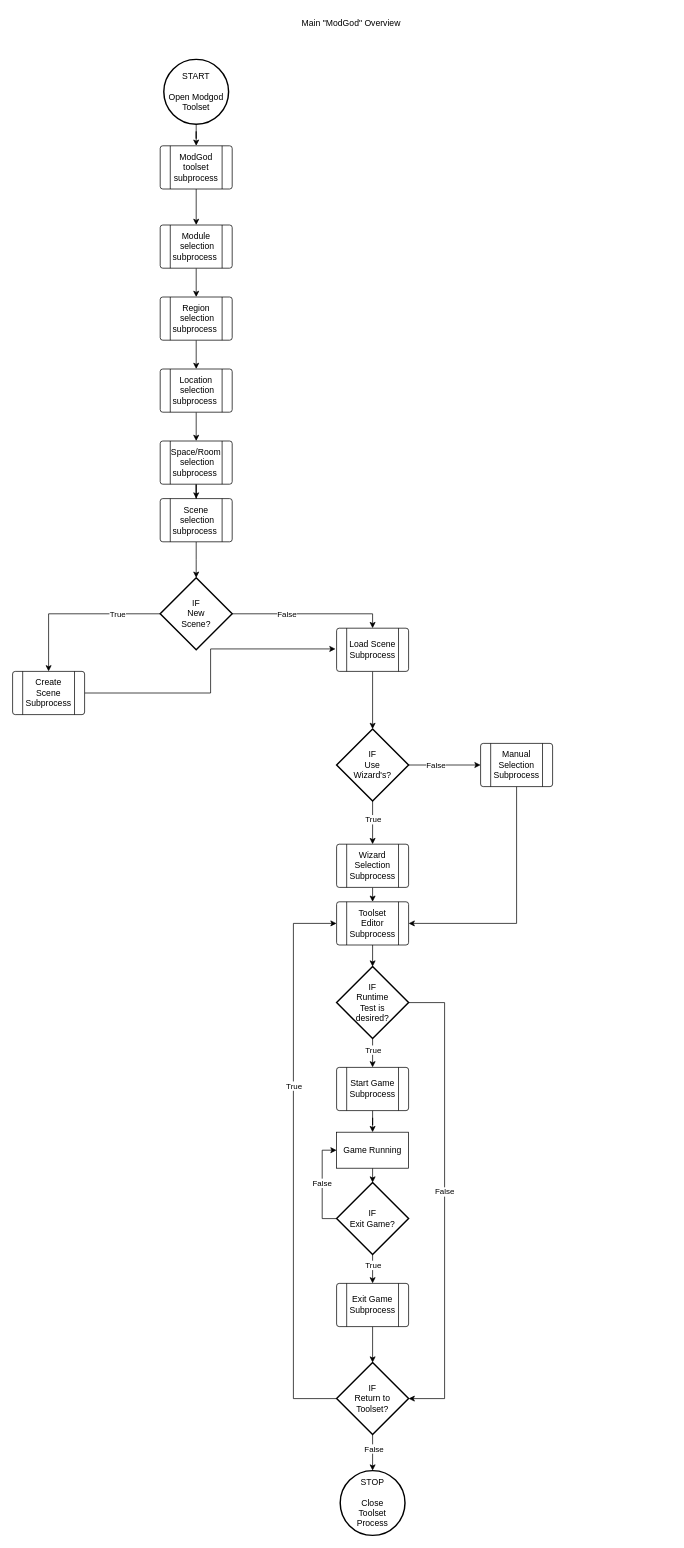
Above: Phase2/Flowcharts/modgodToolset/ModGod/ModGodRegionSelectionSubprocess.drawio in RPG-Research/bcirpg (draw.io), before the change. Source tidied: cells renumbered, new cells numbered last; positions are measured from the earlier drawing's top-left corner, leaving out a move shared by most shapes. Both pictures are drawn from the tidied source at 72%, with x=0, y=0 at pixel (12, 12).
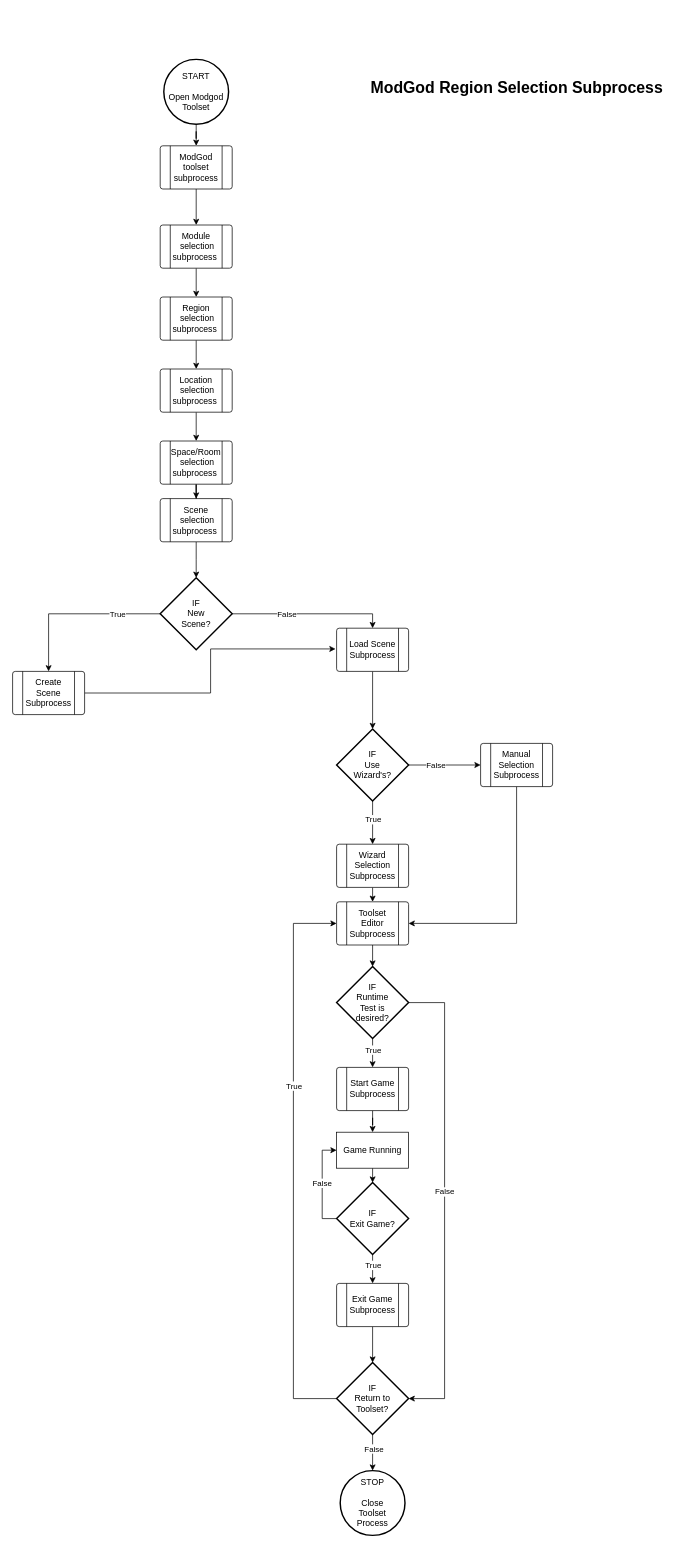
The same page after the edit.

The edit, as a diff of the source:
```diff
@@
-    <mxCell id="29" value="Main &quot;ModGod&quot; Overview" style="text;html=1;align=center;verticalAlign=middle;strokeColor=none;fillColor=none;" parent="1" vertex="1">
-      <mxGeometry x="390" width="160" height="30" as="geometry" />
+    <mxCell id="29" value="&lt;span style=&quot;font-size: 22px;&quot;&gt;&lt;b&gt;ModGod Region Selection Subprocess&lt;/b&gt;&lt;/span&gt;" style="text;html=1;align=center;verticalAlign=middle;strokeColor=none;fillColor=none;" parent="1" vertex="1">
+      <mxGeometry x="485" y="85" width="430" height="40" as="geometry" />
     </mxCell>
```
